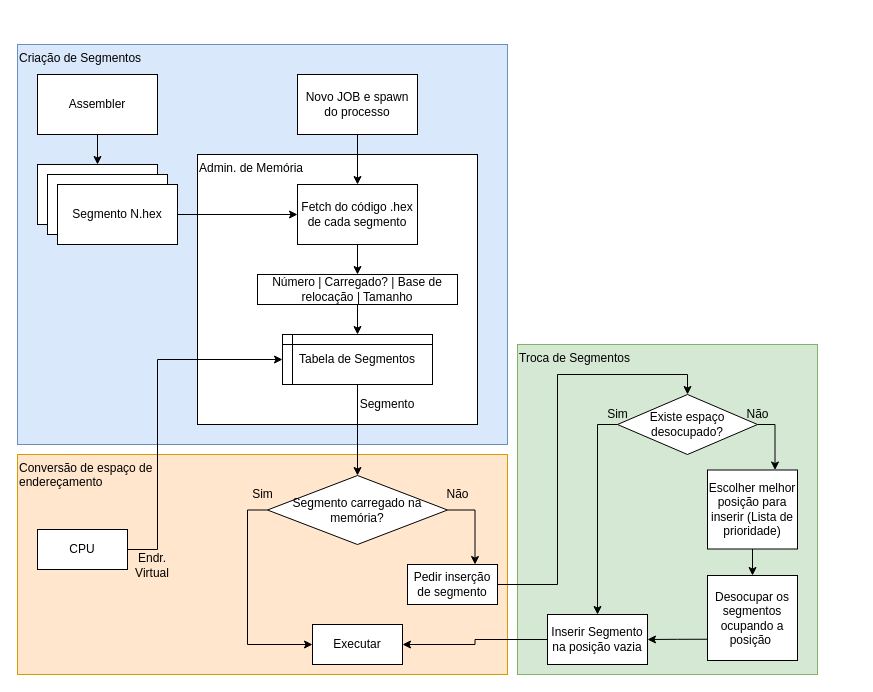
Above: sistop.drawio in riverotiago/SISTOP (draw.io), before the change. Source tidied: cells renumbered, new cells numbered last; positions are measured from the earlier drawing's top-left corner, leaving out a move shared by most shapes. Both pictures are drawn from the tidied source at 100%, with x=0, y=0 at pixel (17, 44).
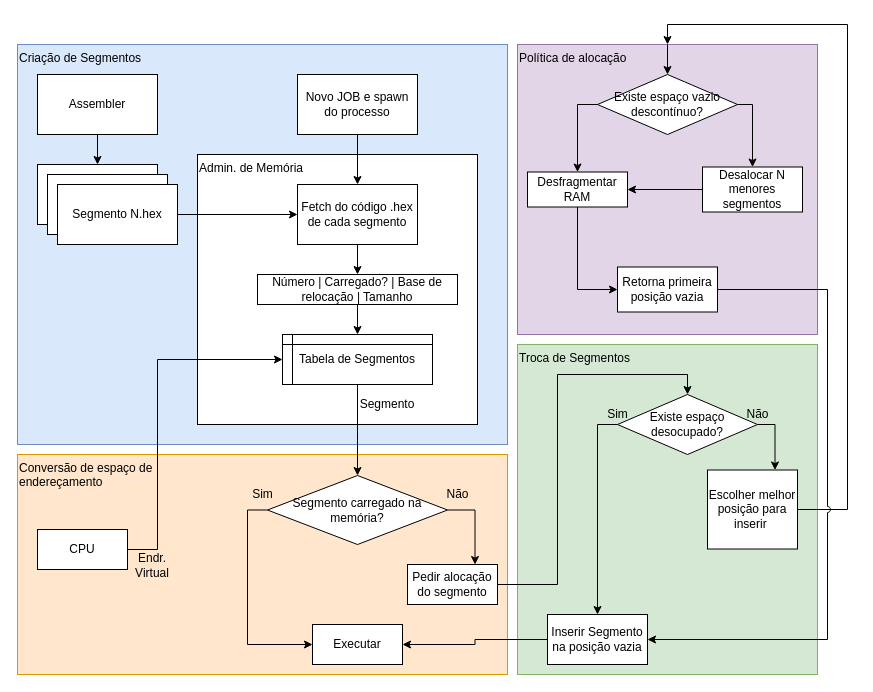
After the change.

Unchanged cells that the change refers to:
```xml
<mxCell id="37" value="Inserir Segmento na posição vazia" style="rounded=0;whiteSpace=wrap;html=1;align=center;" parent="1" vertex="1">
  <mxGeometry x="530" y="570" width="100" height="50" as="geometry" />
</mxCell>
```

What changed in the source:
```diff
@@
+    <mxCell id="44" value="Política de alocação" style="rounded=0;whiteSpace=wrap;html=1;fillColor=#e1d5e7;strokeColor=#9673a6;align=left;verticalAlign=top;" parent="1" vertex="1">
+      <mxGeometry x="500" width="300" height="290" as="geometry" />
+    </mxCell>
@@
-    <mxCell id="30" value="Pedir inserção de segmento" style="rounded=0;whiteSpace=wrap;html=1;align=center;" parent="1" vertex="1">
+    <mxCell id="30" value="Pedir alocação do segmento" style="rounded=0;whiteSpace=wrap;html=1;align=center;" parent="1" vertex="1">
       <mxGeometry x="390" y="520" width="90" height="40" as="geometry" />
     </mxCell>
@@
-    <mxCell id="39" style="edgeStyle=orthogonalEdgeStyle;rounded=0;jettySize=auto;html=1;exitX=0.5;exitY=1;exitDx=0;exitDy=0;entryX=0.5;entryY=0;entryDx=0;entryDy=0;" parent="1" edge="1" source="40" target="42">
-      <mxGeometry relative="1" as="geometry" />
-    </mxCell>
+    <mxCell id="45" style="edgeStyle=orthogonalEdgeStyle;rounded=0;jettySize=auto;html=1;exitX=1;exitY=0.5;exitDx=0;exitDy=0;entryX=0.5;entryY=0;entryDx=0;entryDy=0;jumpStyle=arc;" parent="1" edge="1" source="40" target="44">
+      <mxGeometry relative="1" as="geometry">
+        <Array as="points">
+          <mxPoint x="830" y="465" />
+          <mxPoint x="830" y="-20" />
+          <mxPoint x="650" y="-20" />
+        </Array>
+      </mxGeometry>
+    </mxCell>
-    <mxCell id="40" value="Escolher melhor posição para inserir (Lista de prioridade)" style="rounded=0;whiteSpace=wrap;html=1;align=center;" parent="1" vertex="1">
+    <mxCell id="40" value="Escolher melhor posição para inserir&amp;nbsp;" style="rounded=0;whiteSpace=wrap;html=1;align=center;" parent="1" vertex="1">
       <mxGeometry x="690" y="425.5" width="90" height="79" as="geometry" />
     </mxCell>
-    <mxCell id="41" style="edgeStyle=orthogonalEdgeStyle;rounded=0;jettySize=auto;html=1;exitX=0;exitY=0.75;exitDx=0;exitDy=0;entryX=1;entryY=0.5;entryDx=0;entryDy=0;" parent="1" edge="1" source="42" target="37">
-      <mxGeometry relative="1" as="geometry" />
-    </mxCell>
-    <mxCell id="42" value="Desocupar os segmentos ocupando a posição&amp;nbsp;" style="rounded=0;whiteSpace=wrap;html=1;align=center;" parent="1" vertex="1">
-      <mxGeometry x="690" y="531" width="90" height="85" as="geometry" />
-    </mxCell>
@@
+    <mxCell id="46" style="edgeStyle=orthogonalEdgeStyle;rounded=0;jumpStyle=arc;jettySize=auto;html=1;exitX=0.5;exitY=0;exitDx=0;exitDy=0;entryX=0.5;entryY=0;entryDx=0;entryDy=0;" parent="1" edge="1" source="44" target="49">
+      <mxGeometry relative="1" as="geometry" />
+    </mxCell>
+    <mxCell id="47" style="edgeStyle=orthogonalEdgeStyle;rounded=0;jumpStyle=arc;jettySize=auto;html=1;exitX=0;exitY=0.5;exitDx=0;exitDy=0;entryX=0.5;entryY=0;entryDx=0;entryDy=0;" parent="1" edge="1" source="49" target="51">
+      <mxGeometry relative="1" as="geometry" />
+    </mxCell>
+    <mxCell id="48" style="edgeStyle=orthogonalEdgeStyle;rounded=0;jumpStyle=arc;jettySize=auto;html=1;exitX=1;exitY=0.5;exitDx=0;exitDy=0;entryX=0.5;entryY=0;entryDx=0;entryDy=0;" parent="1" edge="1" source="49" target="55">
+      <mxGeometry relative="1" as="geometry">
+        <Array as="points">
+          <mxPoint x="735" y="60" />
+        </Array>
+      </mxGeometry>
+    </mxCell>
+    <mxCell id="49" value="Existe espaço vazio descontínuo?" style="rhombus;whiteSpace=wrap;html=1;align=center;" parent="1" vertex="1">
+      <mxGeometry x="580" y="30" width="140" height="60" as="geometry" />
+    </mxCell>
+    <mxCell id="50" style="edgeStyle=orthogonalEdgeStyle;rounded=0;jumpStyle=arc;jettySize=auto;html=1;exitX=0.5;exitY=1;exitDx=0;exitDy=0;entryX=0;entryY=0.5;entryDx=0;entryDy=0;" parent="1" edge="1" source="51" target="53">
+      <mxGeometry relative="1" as="geometry" />
+    </mxCell>
+    <mxCell id="51" value="Desfragmentar RAM" style="rounded=0;whiteSpace=wrap;html=1;align=center;" parent="1" vertex="1">
+      <mxGeometry x="510" y="127.5" width="100" height="35" as="geometry" />
+    </mxCell>
+    <mxCell id="52" style="edgeStyle=orthogonalEdgeStyle;rounded=0;jumpStyle=arc;jettySize=auto;html=1;exitX=1;exitY=0.5;exitDx=0;exitDy=0;entryX=1;entryY=0.5;entryDx=0;entryDy=0;" parent="1" edge="1" source="53" target="37">
+      <mxGeometry relative="1" as="geometry">
+        <Array as="points">
+          <mxPoint x="810" y="245" />
+          <mxPoint x="810" y="595" />
+        </Array>
+      </mxGeometry>
+    </mxCell>
+    <mxCell id="53" value="Retorna primeira posição vazia" style="rounded=0;whiteSpace=wrap;html=1;align=center;" parent="1" vertex="1">
+      <mxGeometry x="600" y="222.5" width="100" height="45" as="geometry" />
+    </mxCell>
+    <mxCell id="54" style="edgeStyle=orthogonalEdgeStyle;rounded=0;jumpStyle=arc;jettySize=auto;html=1;exitX=0;exitY=0.5;exitDx=0;exitDy=0;entryX=1;entryY=0.5;entryDx=0;entryDy=0;" parent="1" edge="1" source="55" target="51">
+      <mxGeometry relative="1" as="geometry" />
+    </mxCell>
+    <mxCell id="55" value="Desalocar N menores segmentos" style="rounded=0;whiteSpace=wrap;html=1;align=center;" parent="1" vertex="1">
+      <mxGeometry x="685" y="122.5" width="100" height="45" as="geometry" />
+    </mxCell>
```
